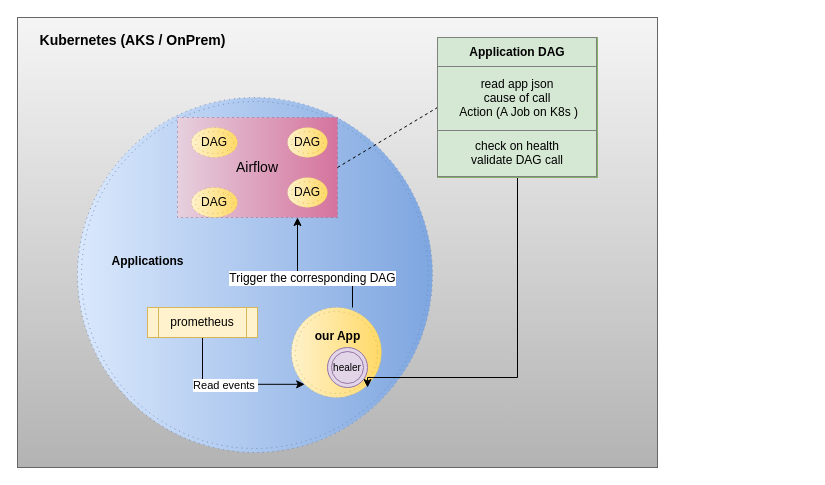
Before: autoheal_k8s.drawio in nuthankumar/drawio, a draw.io diagram. Source tidied: cells renumbered, new cells numbered last; positions are measured from the earlier drawing's top-left corner, leaving out a move shared by most shapes. Both pictures are drawn from the tidied source at 100%, with x=0, y=0 at pixel (17, 17).
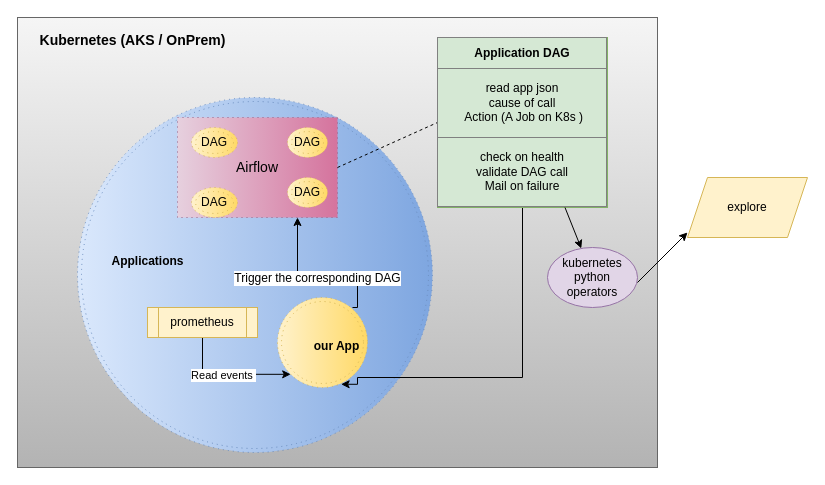
The same page after the edit.

The change refers to these unchanged cells:
```xml
<mxCell id="3" style="ellipse;shape=doubleEllipse;whiteSpace=wrap;html=1;dashed=1;dashPattern=1 4;fontSize=14;fillColor=#dae8fc;gradientColor=#7ea6e0;gradientDirection=east;strokeColor=#6c8ebf;" parent="1" vertex="1">
  <mxGeometry x="60" y="80" width="355" height="355" as="geometry" />
</mxCell>
<mxCell id="5" value="Airflow" style="html=1;whiteSpace=wrap;dashed=1;dashPattern=1 4;fontSize=14;fillColor=#e6d0de;gradientColor=#d5739d;gradientDirection=east;strokeColor=#996185;" parent="1" vertex="1">
  <mxGeometry x="160" y="100" width="160" height="100" as="geometry" />
</mxCell>
```

Change to the diagram source:
```diff
@@
     <mxCell id="10" style="ellipse;shape=doubleEllipse;whiteSpace=wrap;html=1;dashed=1;dashPattern=1 4;fontSize=14;fillColor=#fff2cc;gradientColor=#ffd966;gradientDirection=east;strokeColor=#d6b656;" parent="1" vertex="1">
-      <mxGeometry x="274" y="290" width="90" height="90" as="geometry" />
+      <mxGeometry x="260" y="280" width="90" height="90" as="geometry" />
     </mxCell>
@@
     <mxCell id="12" style="edgeStyle=orthogonalEdgeStyle;rounded=0;jettySize=auto;html=1;entryX=0.75;entryY=1;entryDx=0;entryDy=0;fontSize=12;" parent="1" edge="1" target="5">
       <mxGeometry relative="1" as="geometry">
         <mxPoint x="335" y="290" as="sourcePoint" />
         <Array as="points">
-          <mxPoint x="335" y="260" />
+          <mxPoint x="340" y="290" />
+          <mxPoint x="340" y="260" />
           <mxPoint x="280" y="260" />
         </Array>
       </mxGeometry>
     </mxCell>
@@
     <mxCell id="14" value="&lt;span style=&quot;font-size: 12px&quot;&gt;our App&lt;/span&gt;" style="text;strokeColor=none;fillColor=none;html=1;fontSize=24;fontStyle=1;verticalAlign=middle;align=center;dashed=1;dashPattern=1 4;" parent="1" vertex="1">
-      <mxGeometry x="305" y="300" width="30" height="30" as="geometry" />
+      <mxGeometry x="304" y="310" width="30" height="30" as="geometry" />
     </mxCell>
@@
-    <mxCell id="20" style="edgeStyle=orthogonalEdgeStyle;rounded=0;jettySize=auto;html=1;exitX=0.5;exitY=1;exitDx=0;exitDy=0;entryX=0.817;entryY=0.817;entryDx=0;entryDy=0;entryPerimeter=0;" parent="1" edge="1" source="21" target="3">
+    <mxCell id="20" style="edgeStyle=orthogonalEdgeStyle;rounded=0;jettySize=auto;html=1;exitX=0.5;exitY=1;exitDx=0;exitDy=0;entryX=0.707;entryY=0.964;entryDx=0;entryDy=0;entryPerimeter=0;" parent="1" edge="1" source="21" target="10">
       <mxGeometry relative="1" as="geometry">
         <Array as="points">
-          <mxPoint x="500" y="360" />
-          <mxPoint x="350" y="360" />
+          <mxPoint x="505" y="360" />
+          <mxPoint x="340" y="360" />
+          <mxPoint x="340" y="367" />
         </Array>
       </mxGeometry>
     </mxCell>
-    <mxCell id="21" value="&lt;table border=&quot;1&quot; width=&quot;100%&quot; cellpadding=&quot;4&quot; style=&quot;width: 100% ; height: 100% ; border-collapse: collapse&quot;&gt;&lt;tbody&gt;&lt;tr&gt;&lt;th align=&quot;center&quot;&gt;Application DAG&lt;/th&gt;&lt;/tr&gt;&lt;tr&gt;&lt;td align=&quot;center&quot;&gt;read app json&lt;br&gt;cause of call&lt;br&gt;&amp;nbsp;Action (A Job on K8s )&lt;/td&gt;&lt;/tr&gt;&lt;tr&gt;&lt;td align=&quot;center&quot;&gt;check on health&lt;br&gt;validate DAG call&lt;/td&gt;&lt;/tr&gt;&lt;/tbody&gt;&lt;/table&gt;" style="text;html=1;strokeColor=#82b366;fillColor=#d5e8d4;overflow=fill;" parent="1" vertex="1">
-      <mxGeometry x="420" y="20" width="160" height="140" as="geometry" />
+    <mxCell id="21" value="&lt;table border=&quot;1&quot; width=&quot;100%&quot; cellpadding=&quot;4&quot; style=&quot;width: 100% ; height: 100% ; border-collapse: collapse&quot;&gt;&lt;tbody&gt;&lt;tr&gt;&lt;th align=&quot;center&quot;&gt;Application DAG&lt;/th&gt;&lt;/tr&gt;&lt;tr&gt;&lt;td align=&quot;center&quot;&gt;read app json&lt;br&gt;cause of call&lt;br&gt;&amp;nbsp;Action (A Job on K8s )&lt;/td&gt;&lt;/tr&gt;&lt;tr&gt;&lt;td align=&quot;center&quot;&gt;check on health&lt;br&gt;validate DAG call&lt;br&gt;Mail on failure&lt;/td&gt;&lt;/tr&gt;&lt;/tbody&gt;&lt;/table&gt;" style="text;html=1;strokeColor=#82b366;fillColor=#d5e8d4;overflow=fill;" parent="1" vertex="1">
+      <mxGeometry x="420" y="20" width="170" height="170" as="geometry" />
     </mxCell>
-    <mxCell id="22" value="&lt;font style=&quot;font-size: 10px&quot;&gt;healer&lt;/font&gt;" style="ellipse;shape=doubleEllipse;whiteSpace=wrap;html=1;fillColor=#e1d5e7;strokeColor=#9673a6;" parent="1" vertex="1">
-      <mxGeometry x="310" y="330" width="40" height="40" as="geometry" />
-    </mxCell>
+    <mxCell id="23" value="kubernetes python&lt;br&gt;operators" style="ellipse;whiteSpace=wrap;html=1;fillColor=#e1d5e7;strokeColor=#9673a6;" parent="1" vertex="1">
+      <mxGeometry x="530" y="230" width="90" height="60" as="geometry" />
+    </mxCell>
+    <mxCell id="24" style="endArrow=classic;html=1;rounded=0;exitX=0.75;exitY=1;exitDx=0;exitDy=0;" parent="1" edge="1" source="21" target="23">
+      <mxGeometry relative="1" as="geometry" />
+    </mxCell>
+    <mxCell id="25" style="endArrow=classic;html=1;rounded=0;" parent="1" edge="1">
+      <mxGeometry relative="1" as="geometry">
+        <mxPoint x="620" y="265" as="sourcePoint" />
+        <mxPoint x="670" y="215" as="targetPoint" />
+      </mxGeometry>
+    </mxCell>
+    <mxCell id="26" value="explore" style="shape=parallelogram;perimeter=parallelogramPerimeter;whiteSpace=wrap;html=1;fixedSize=1;fillColor=#fff2cc;strokeColor=#d6b656;" parent="1" vertex="1">
+      <mxGeometry x="670" y="160" width="120" height="60" as="geometry" />
+    </mxCell>
```
